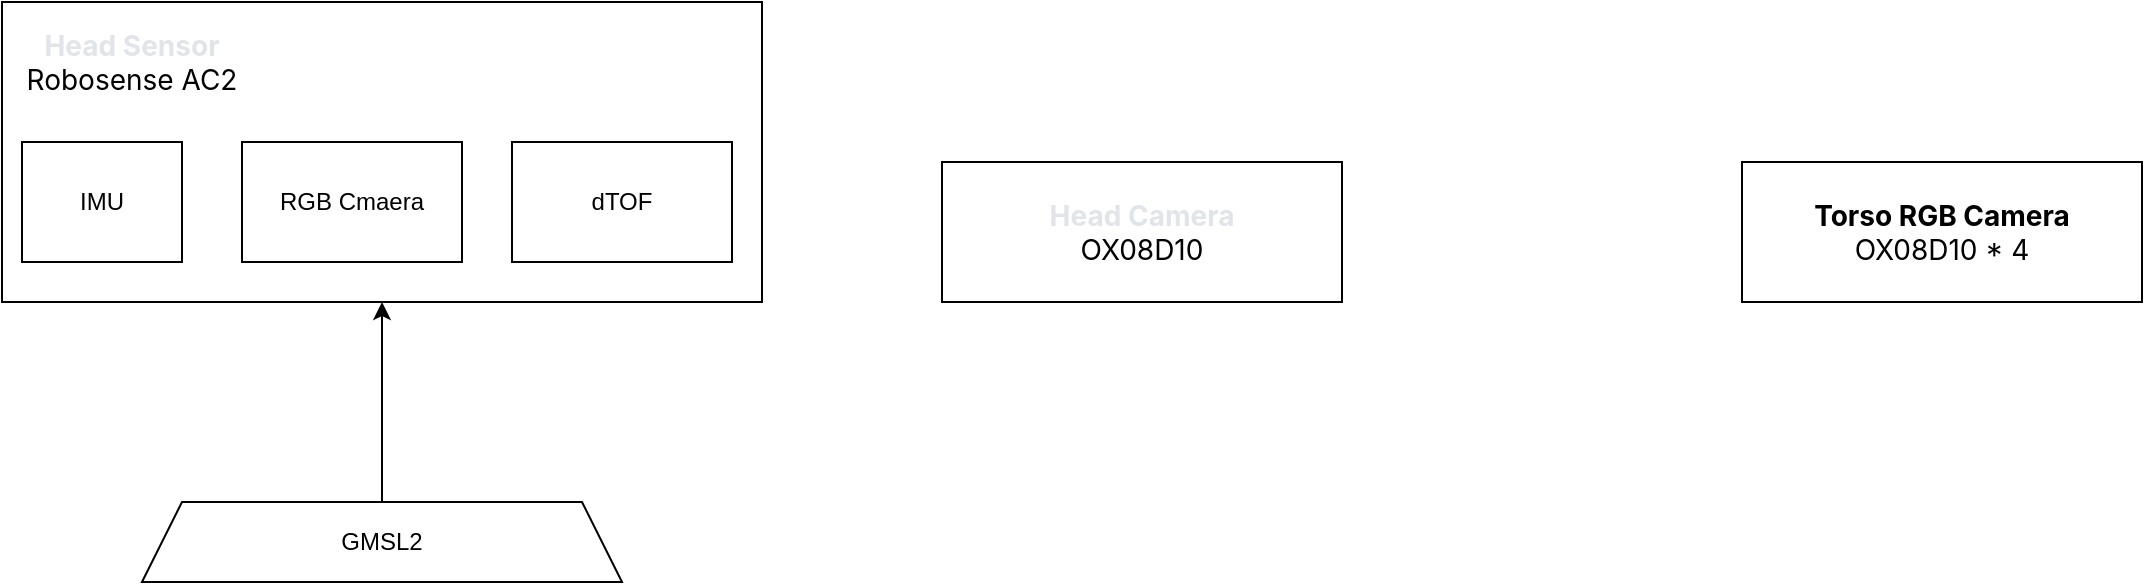
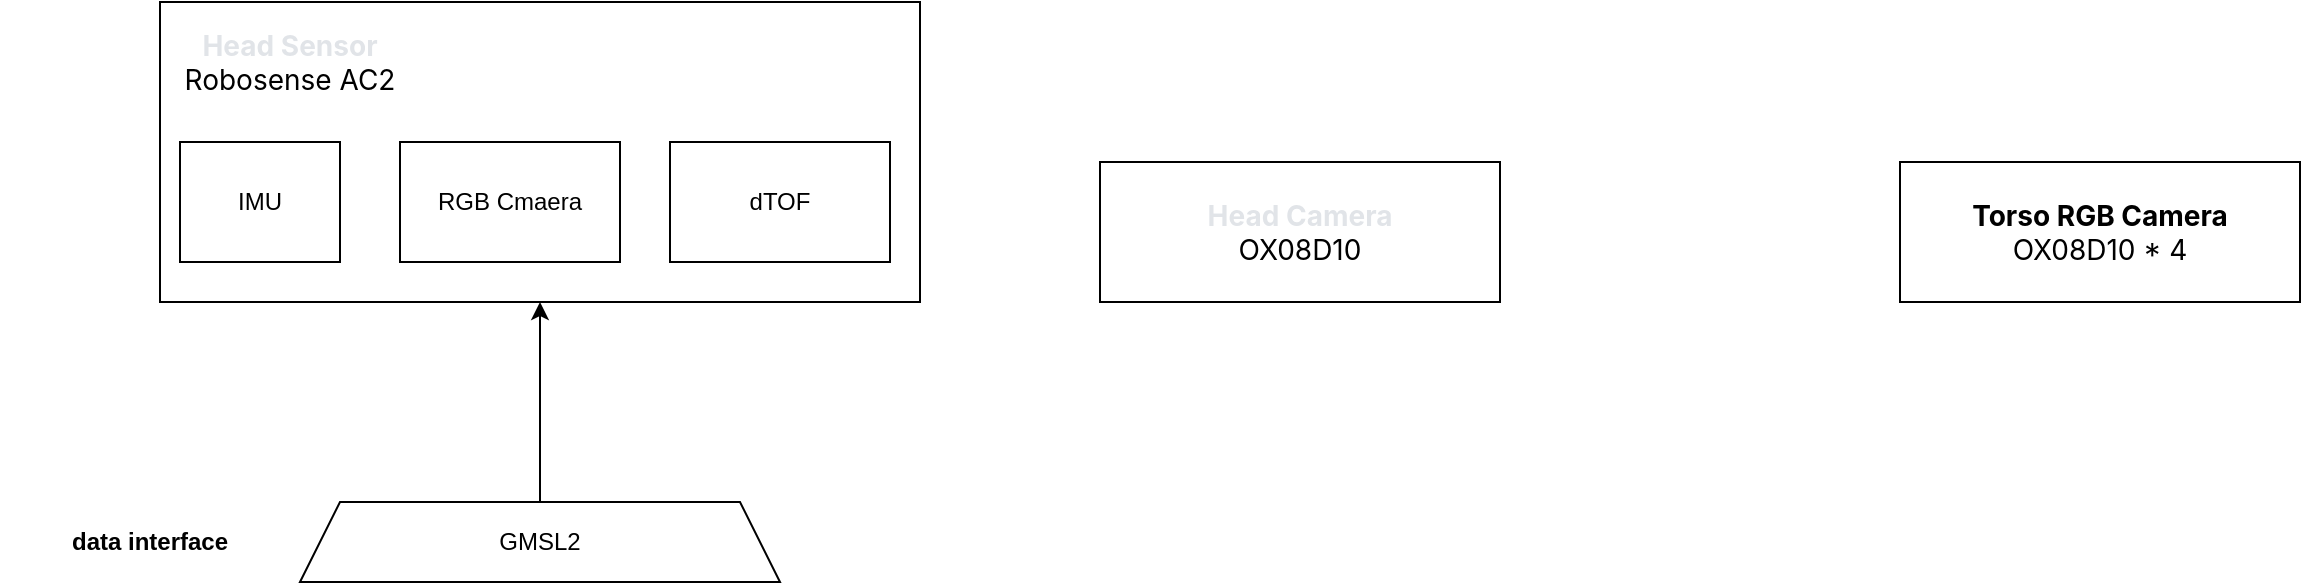
<mxfile host="app.diagrams.net">
  <diagram name="第 1 页" id="LXRXHt9DRMbfsnbOX2XS">
    <mxGraphModel dx="1947" dy="734" grid="1" gridSize="10" guides="1" tooltips="1" connect="1" arrows="1" fold="1" page="1" pageScale="1" pageWidth="827" pageHeight="1169" math="0" shadow="0">
      <root>
        <mxCell id="0" />
        <mxCell id="1" parent="0" />
        <mxCell id="if_Ictj8y_H9tt94Ulmm-2" parent="1" style="rounded=0;whiteSpace=wrap;html=1;" value="" vertex="1">
          <mxGeometry height="150" width="380" x="-380" y="130" as="geometry" />
        </mxCell>
        <mxCell id="if_Ictj8y_H9tt94Ulmm-3" parent="1" style="rounded=0;whiteSpace=wrap;html=1;align=center;" value="&lt;div style=&quot;&quot;&gt;&lt;span style=&quot;font-family: -apple-system, BlinkMacSystemFont, &amp;quot;Segoe WPC&amp;quot;, &amp;quot;Segoe UI&amp;quot;, system-ui, Ubuntu, &amp;quot;Droid Sans&amp;quot;, sans-serif; font-size: 14px;&quot;&gt;&lt;b&gt;Torso RGB Camera&lt;/b&gt;&lt;/span&gt;&lt;span style=&quot;background-color: transparent; color: light-dark(rgb(0, 0, 0), rgb(255, 255, 255)); font-size: 14px;&quot;&gt;&lt;font face=&quot;-apple-system, BlinkMacSystemFont, Segoe WPC, Segoe UI, system-ui, Ubuntu, Droid Sans, sans-serif&quot;&gt;&lt;/font&gt;&lt;/span&gt;&lt;/div&gt;&lt;div style=&quot;&quot;&gt;&lt;span style=&quot;background-color: transparent; color: light-dark(rgb(0, 0, 0), rgb(255, 255, 255)); font-size: 14px;&quot;&gt;&lt;font face=&quot;-apple-system, BlinkMacSystemFont, Segoe WPC, Segoe UI, system-ui, Ubuntu, Droid Sans, sans-serif&quot;&gt;OX08D10 * 4&lt;/font&gt;&lt;/span&gt;&lt;/div&gt;" vertex="1">
          <mxGeometry height="70" width="200" x="490" y="210" as="geometry" />
        </mxCell>
        <mxCell id="0J0jtPP8bCpQZUBdG7A1-1" parent="1" style="rounded=0;whiteSpace=wrap;html=1;" value="&lt;div&gt;&lt;span style=&quot;font-family: -apple-system, BlinkMacSystemFont, &amp;quot;Segoe WPC&amp;quot;, &amp;quot;Segoe UI&amp;quot;, system-ui, Ubuntu, &amp;quot;Droid Sans&amp;quot;, sans-serif; font-size: 14px; text-align: start;&quot;&gt;&lt;font style=&quot;color: light-dark(rgb(225, 228, 232), rgb(255, 255, 255));&quot;&gt;&lt;b&gt;Head Camera&lt;/b&gt;&lt;/font&gt;&lt;/span&gt;&lt;/div&gt;&lt;div&gt;&lt;span style=&quot;font-family: -apple-system, BlinkMacSystemFont, &amp;quot;Segoe WPC&amp;quot;, &amp;quot;Segoe UI&amp;quot;, system-ui, Ubuntu, &amp;quot;Droid Sans&amp;quot;, sans-serif; font-size: 14px; text-align: start;&quot;&gt;OX08D10&lt;/span&gt;&lt;/div&gt;" vertex="1">
          <mxGeometry height="70" width="200" x="90" y="210" as="geometry" />
        </mxCell>
        <mxCell id="0J0jtPP8bCpQZUBdG7A1-2" parent="1" style="rounded=0;whiteSpace=wrap;html=1;" value="IMU" vertex="1">
          <mxGeometry height="60" width="80" x="-370" y="200" as="geometry" />
        </mxCell>
        <mxCell id="0J0jtPP8bCpQZUBdG7A1-6" parent="1" style="rounded=0;whiteSpace=wrap;html=1;" value="RGB Cmaera" vertex="1">
          <mxGeometry height="60" width="110" x="-260" y="200" as="geometry" />
        </mxCell>
        <mxCell id="0J0jtPP8bCpQZUBdG7A1-8" parent="1" style="rounded=0;whiteSpace=wrap;html=1;" value="dTOF" vertex="1">
          <mxGeometry height="60" width="110" x="-125" y="200" as="geometry" />
        </mxCell>
        <mxCell id="0J0jtPP8bCpQZUBdG7A1-10" parent="1" style="text;html=1;whiteSpace=wrap;strokeColor=none;fillColor=none;align=center;verticalAlign=middle;rounded=0;" value="&lt;div&gt;&lt;span style=&quot;font-family: -apple-system, BlinkMacSystemFont, &amp;quot;Segoe WPC&amp;quot;, &amp;quot;Segoe UI&amp;quot;, system-ui, Ubuntu, &amp;quot;Droid Sans&amp;quot;, sans-serif; font-size: 14px; text-align: start;&quot;&gt;&lt;font style=&quot;color: light-dark(rgb(225, 228, 232), rgb(255, 255, 255));&quot;&gt;&lt;b&gt;Head Sensor&lt;/b&gt;&lt;/font&gt;&lt;/span&gt;&lt;/div&gt;&lt;div&gt;&lt;span style=&quot;font-family: -apple-system, BlinkMacSystemFont, &amp;quot;Segoe WPC&amp;quot;, &amp;quot;Segoe UI&amp;quot;, system-ui, Ubuntu, &amp;quot;Droid Sans&amp;quot;, sans-serif; font-size: 14px; text-align: start;&quot;&gt;Robosense AC2&lt;/span&gt;&lt;/div&gt;" vertex="1">
          <mxGeometry height="60" width="130" x="-380" y="130" as="geometry" />
        </mxCell>
        <mxCell id="0J0jtPP8bCpQZUBdG7A1-12" edge="1" parent="1" source="0J0jtPP8bCpQZUBdG7A1-11" style="edgeStyle=orthogonalEdgeStyle;rounded=0;orthogonalLoop=1;jettySize=auto;html=1;exitX=0.5;exitY=0;exitDx=0;exitDy=0;entryX=0.5;entryY=1;entryDx=0;entryDy=0;" target="if_Ictj8y_H9tt94Ulmm-2">
          <mxGeometry relative="1" as="geometry" />
        </mxCell>
        <mxCell id="0J0jtPP8bCpQZUBdG7A1-11" parent="1" style="shape=trapezoid;perimeter=trapezoidPerimeter;whiteSpace=wrap;html=1;fixedSize=1;" value="GMSL2" vertex="1">
          <mxGeometry height="40" width="240" x="-310" y="380" as="geometry" />
        </mxCell>
+         <mxCell id="0J0jtPP8bCpQZUBdG7A1-13" parent="1" style="text;html=1;whiteSpace=wrap;strokeColor=none;fillColor=none;align=center;verticalAlign=middle;rounded=0;" value="&lt;b&gt;data interface&lt;/b&gt;" vertex="1">
+           <mxGeometry height="40" width="150" x="-460" y="380" as="geometry" />
+         </mxCell>
      </root>
    </mxGraphModel>
  </diagram>
</mxfile>
